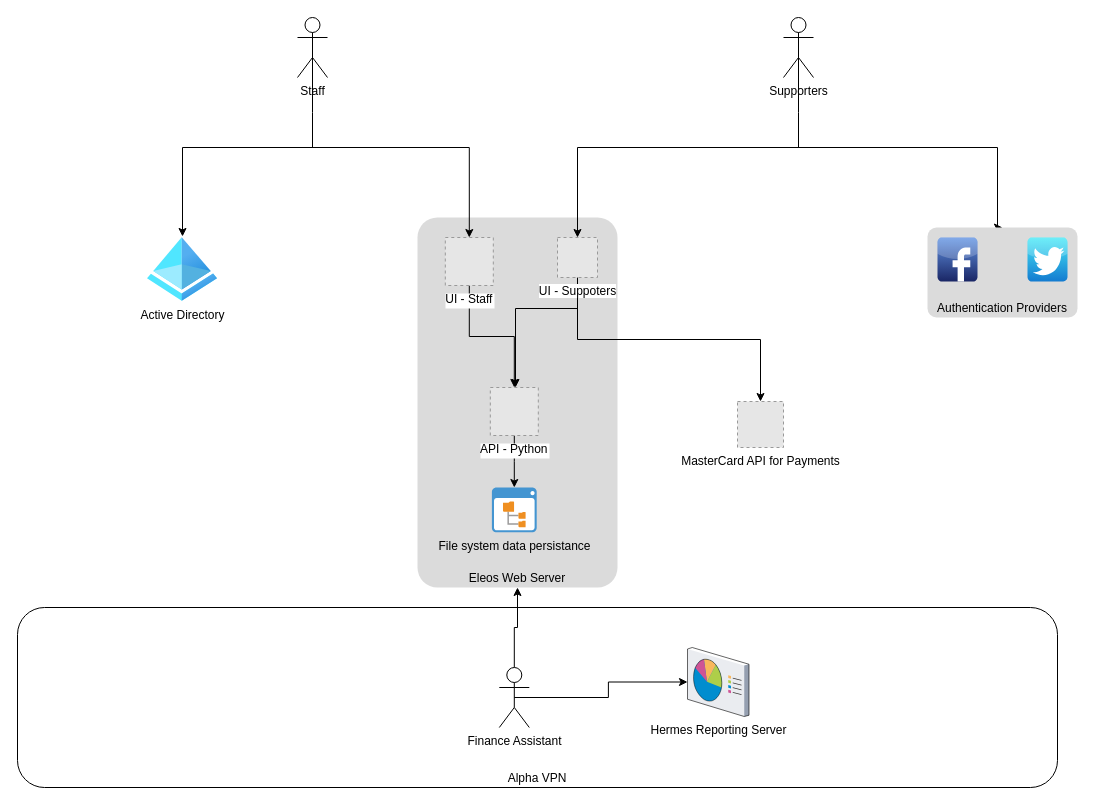
Before: Scenarios/Alpha_Organisation/diagrams/Eleos.drawio in shivaHanchate/DevOps-Course-Workshop-Module-10-Learners, a draw.io diagram. Source tidied: cells renumbered, new cells numbered last; positions are measured from the earlier drawing's top-left corner, leaving out a move shared by most shapes. Both pictures are drawn from the tidied source at 100%, with x=0, y=0 at pixel (17, 17). Pictures stored in the file or linked from it are replaced by grey dashed boxes.
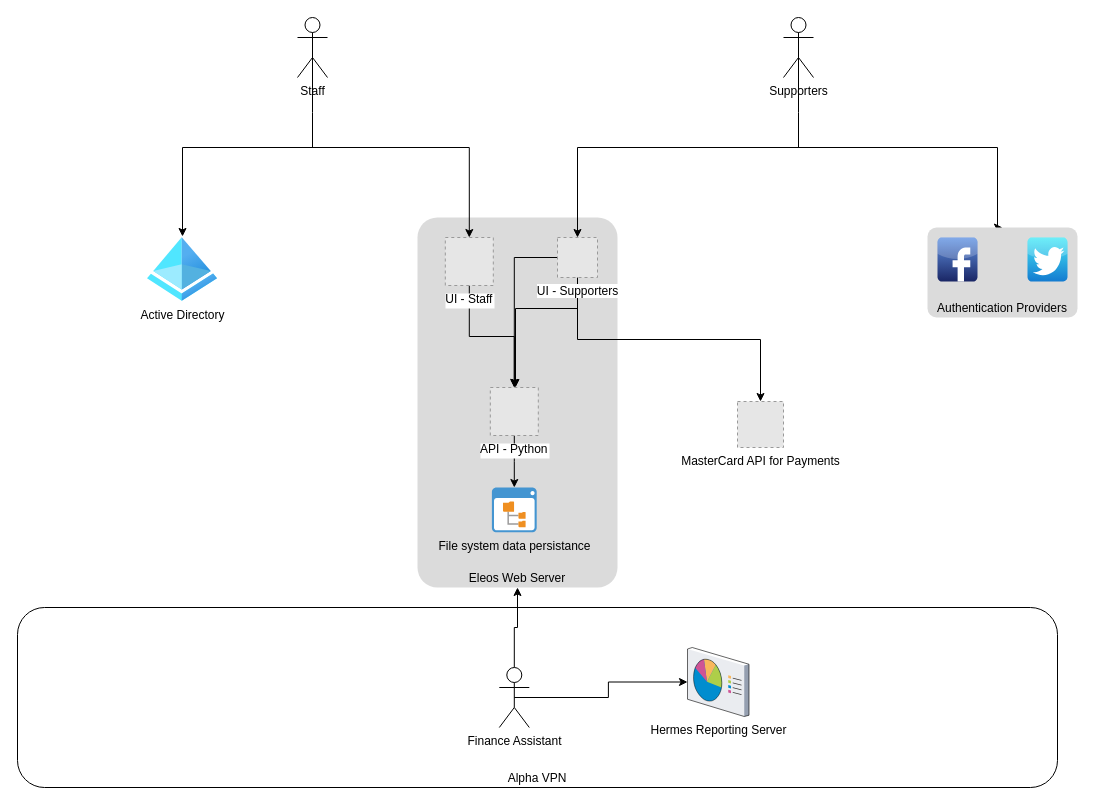
The same diagram, later.

Commit message (it also covers changes not shown here):
Fix a typo in a diagram

The change refers to these unchanged cells:
```xml
<mxCell id="7" value="API - Python" style="fillColor=#E6E6E6;strokeColor=#999999;dashed=1;verticalLabelPosition=bottom;labelBackgroundColor=#ffffff;verticalAlign=top;" parent="1" vertex="1">
  <mxGeometry x="472.8" y="370" width="48" height="48" as="geometry" />
</mxCell>
```

What changed in the source:
```diff
@@
+    <mxCell id="28" style="edgeStyle=orthogonalEdgeStyle;rounded=0;jettySize=auto;html=1;" parent="1" edge="1" source="11" target="7">
+      <mxGeometry relative="1" as="geometry" />
+    </mxCell>
-    <mxCell id="11" value="UI - Suppoters" style="fillColor=#E6E6E6;strokeColor=#999999;dashed=1;html=1;verticalAlign=top;verticalLabelPosition=bottom;labelBackgroundColor=#ffffff;" parent="1" vertex="1">
+    <mxCell id="11" value="UI - Supporters" style="fillColor=#E6E6E6;strokeColor=#999999;dashed=1;html=1;verticalAlign=top;verticalLabelPosition=bottom;labelBackgroundColor=#ffffff;" parent="1" vertex="1">
       <mxGeometry x="540" y="220" width="40" height="40" as="geometry" />
     </mxCell>
```
